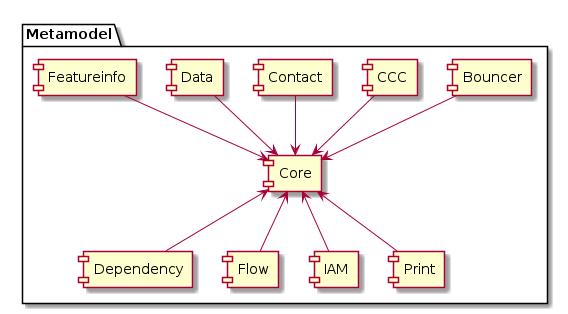
simi-so/mm keeps this PlantUML diagram as puml_output/simi_overview.png. Above is the earlier version.
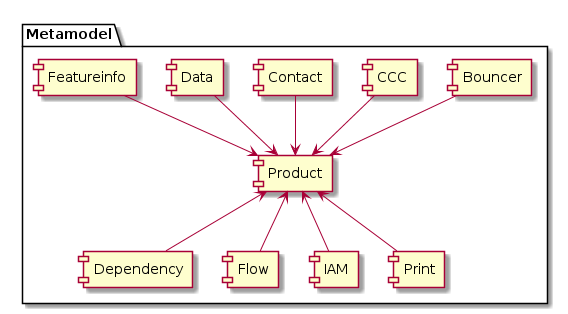
Above is the later version.

The edit, as a diff of the source:
```diff
@@ -1,6 +1,6 @@
 @startuml
 package Metamodel {
-  [Core] as core
+  [Product] as prod
 
   [Bouncer] as bouncer
   [CCC] as ccc
@@ -15,14 +15,14 @@
   [Featureinfo] as fi
 }
 
-bouncer --> core
-ccc --> core
-con --> core
-data --> core
-fi --> core
+bouncer --> prod
+ccc --> prod
+con --> prod
+data --> prod
+fi --> prod
 
-dep -up-> core
-flow -up-> core
-iam -up-> core
-print -up-> core
+dep -up-> prod
+flow -up-> prod
+iam -up-> prod
+print -up-> prod
 @enduml
```
